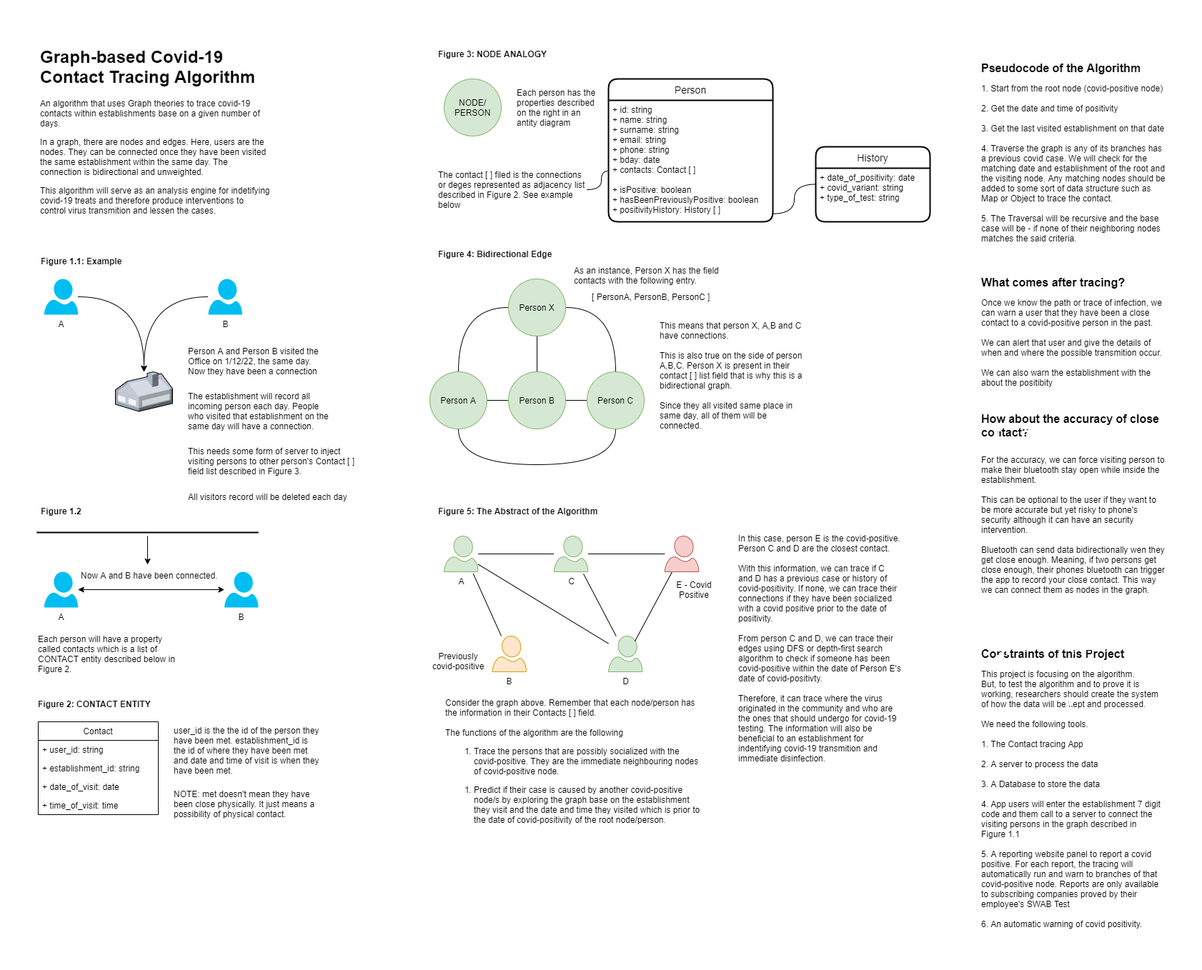
The draw.io diagram Reference Images/Analogy.drawio.png in EricEchemane/Graph-based-Covid-19-Contact-Tracing-Algorithm, before a commit. Source tidied: cells renumbered, new cells last; positions are measured from the earlier drawing's top-left corner, leaving out a move shared by most shapes.
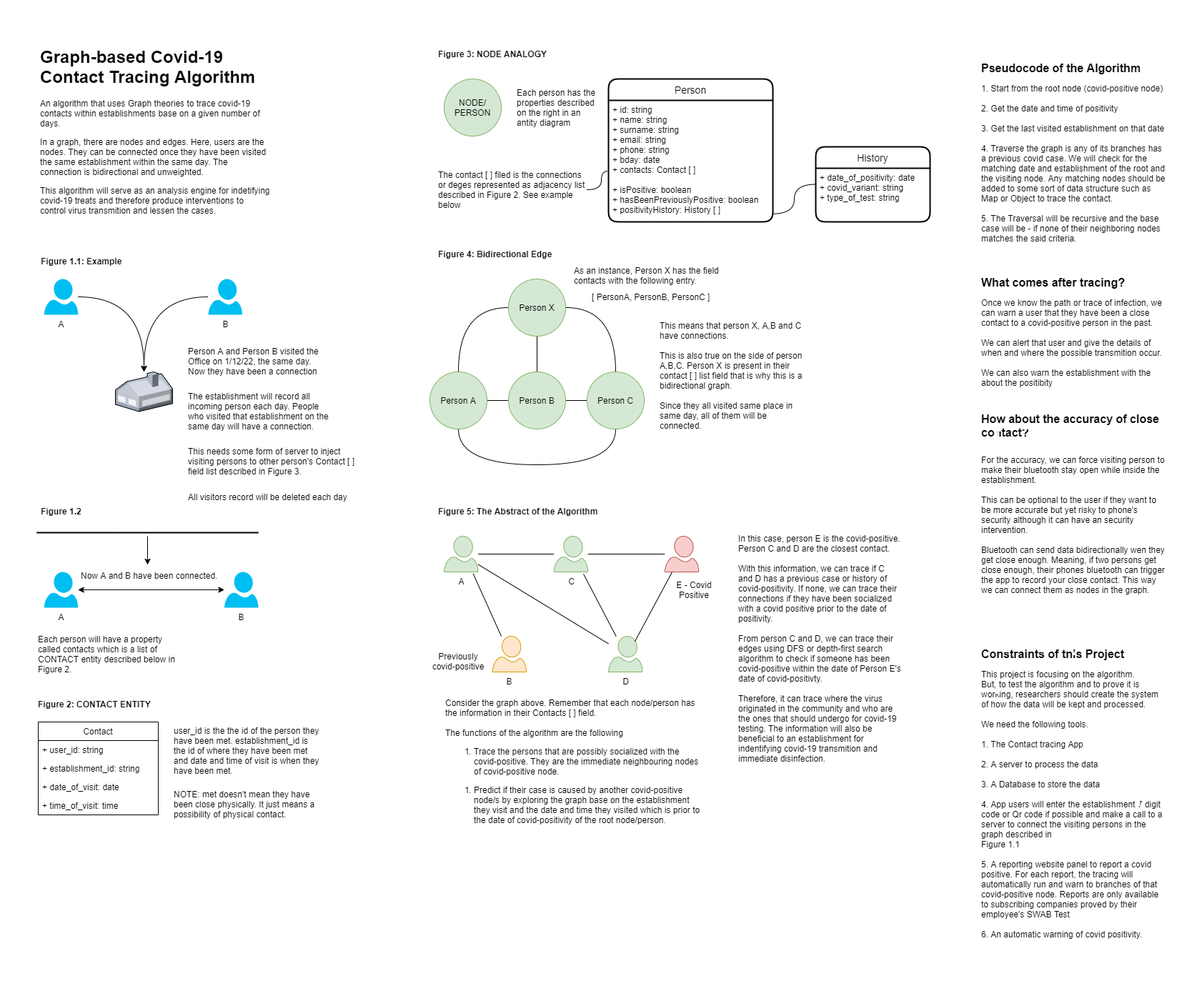
After the commit.

Commit message:
BFS algorithm is now working

What changed in the source:
```diff
@@ -231,7 +231,7 @@
     <mxCell id="75" value="Constraints of this Project" style="text;html=1;strokeColor=none;fillColor=none;align=left;verticalAlign=middle;whiteSpace=wrap;rounded=0;fontStyle=1;fontSize=16;" parent="1" vertex="1">
       <mxGeometry x="1320" y="840" width="260" height="30" as="geometry" />
     </mxCell>
-    <mxCell id="76" value="This project is focusing on the algorithm.&lt;br&gt;But, to test the algorithm and to prove it is working, researchers should create the system of how the data will be kept and processed.&lt;br&gt;&lt;br&gt;We need the following tools.&lt;br&gt;&lt;br&gt;1. The Contact tracing App&lt;br&gt;&lt;br&gt;2. A server to process the data&lt;br&gt;&lt;br&gt;3. A Database to store the data&lt;br&gt;&lt;br&gt;4. App users will enter the establishment 7 digit code and them call to a server to connect the visiting persons in the graph described in &lt;br&gt;Figure 1.1&lt;br&gt;&lt;br&gt;5. A reporting website panel to report a covid positive. For each report, the tracing will automatically run and warn to branches of that covid-positive node. Reports are only available to subscribing companies proved by their employee's SWAB Test&lt;br&gt;&lt;br&gt;6. An automatic warning of covid positivity." style="text;html=1;strokeColor=none;fillColor=none;align=left;verticalAlign=top;whiteSpace=wrap;rounded=0;fontStyle=0;fontSize=12;" parent="1" vertex="1">
+    <mxCell id="76" value="This project is focusing on the algorithm.&lt;br&gt;But, to test the algorithm and to prove it is working, researchers should create the system of how the data will be kept and processed.&lt;br&gt;&lt;br&gt;We need the following tools.&lt;br&gt;&lt;br&gt;1. The Contact tracing App&lt;br&gt;&lt;br&gt;2. A server to process the data&lt;br&gt;&lt;br&gt;3. A Database to store the data&lt;br&gt;&lt;br&gt;4. App users will enter the establishment 7 digit code or Qr code if possible and make a call to a server to connect the visiting persons in the graph described in &lt;br&gt;Figure 1.1&lt;br&gt;&lt;br&gt;5. A reporting website panel to report a covid positive. For each report, the tracing will automatically run and warn to branches of that covid-positive node. Reports are only available to subscribing companies proved by their employee's SWAB Test&lt;br&gt;&lt;br&gt;6. An automatic warning of covid positivity." style="text;html=1;strokeColor=none;fillColor=none;align=left;verticalAlign=top;whiteSpace=wrap;rounded=0;fontStyle=0;fontSize=12;" parent="1" vertex="1">
       <mxGeometry x="1320" y="870" width="260" height="30" as="geometry" />
     </mxCell>
   </root>
```
